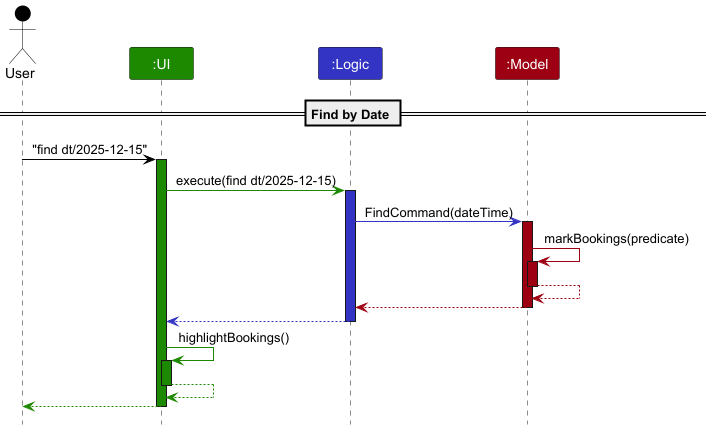
Earlier version of the PlantUML export docs/images/FindBookingbyDateTimeProposedSequence.png (tathan08/tp).
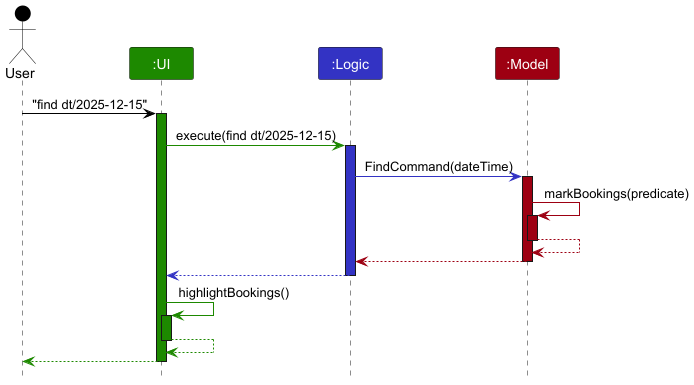
After the commit.

What changed in the source:
```diff
@@ -7,7 +7,6 @@
 Participant ":Logic" as logic LOGIC_COLOR
 Participant ":Model" as model MODEL_COLOR
 
-== Find by Date ==
 user -[USER_COLOR]> ui : "find dt/2025-12-15"
 activate ui UI_COLOR
 ui -[UI_COLOR]> logic : execute(find dt/2025-12-15)
```
